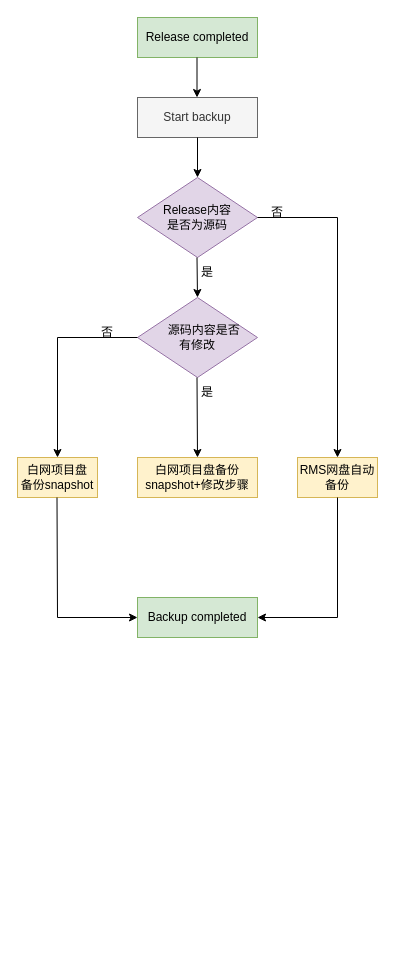
The draw.io diagram 未命名绘图.drawio in RuanZhen139/learngit, before the edit. Source tidied: cells renumbered, new cells numbered last; positions are measured from the earlier drawing's top-left corner, leaving out a move shared by most shapes. Both pictures are drawn from the tidied source at 100%, with x=0, y=0 at pixel (17, 17).
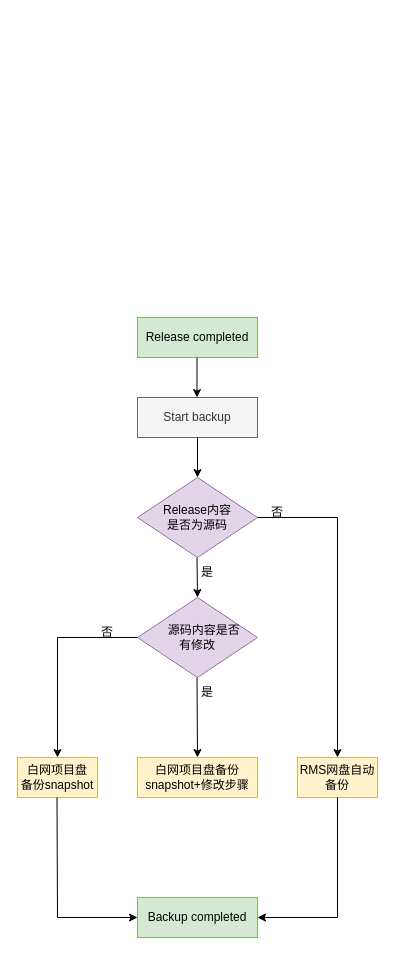
The same page after the edit.

Change to the diagram source:
```diff
@@
+    <mxCell id="22" style="group;" parent="1" vertex="1">
+      <mxGeometry y="300" width="360" height="620" as="geometry" />
+    </mxCell>
-    <mxCell id="2" value="Release completed" style="rounded=0;whiteSpace=wrap;html=1;fillColor=#d5e8d4;strokeColor=#82b366;" parent="1" vertex="1">
+    <mxCell id="2" value="Release completed" style="rounded=0;whiteSpace=wrap;html=1;fillColor=#d5e8d4;strokeColor=#82b366;" parent="22" vertex="1">
       <mxGeometry x="120" width="120" height="40" as="geometry" />
     </mxCell>
-    <mxCell id="3" style="endArrow=classic;html=1;rounded=0;" parent="1" edge="1">
+    <mxCell id="3" style="endArrow=classic;html=1;rounded=0;" parent="22" edge="1">
       <mxGeometry relative="1" as="geometry">
         <mxPoint x="179.5" y="40" as="sourcePoint" />
         <mxPoint x="179.5" y="80" as="targetPoint" />
       </mxGeometry>
     </mxCell>
-    <mxCell id="4" value="Start backup" style="rounded=0;whiteSpace=wrap;html=1;fillColor=#f5f5f5;fontColor=#333333;strokeColor=#666666;" parent="1" vertex="1">
+    <mxCell id="4" value="Start backup" style="rounded=0;whiteSpace=wrap;html=1;fillColor=#f5f5f5;fontColor=#333333;strokeColor=#666666;" parent="22" vertex="1">
       <mxGeometry x="120" y="80" width="120" height="40" as="geometry" />
     </mxCell>
-    <mxCell id="5" style="endArrow=classic;html=1;rounded=0;exitX=0.5;exitY=1;exitDx=0;exitDy=0;" parent="1" edge="1" source="4">
+    <mxCell id="5" style="endArrow=classic;html=1;rounded=0;exitX=0.5;exitY=1;exitDx=0;exitDy=0;" parent="22" edge="1" source="4">
       <mxGeometry relative="1" as="geometry">
         <mxPoint x="180" y="160" as="targetPoint" />
       </mxGeometry>
     </mxCell>
-    <mxCell id="6" value="Release内容&lt;div&gt;是否为源码&lt;/div&gt;" style="rhombus;whiteSpace=wrap;html=1;fillColor=#e1d5e7;strokeColor=#9673a6;" parent="1" vertex="1">
+    <mxCell id="6" value="Release内容&lt;div&gt;是否为源码&lt;/div&gt;" style="rhombus;whiteSpace=wrap;html=1;fillColor=#e1d5e7;strokeColor=#9673a6;" parent="22" vertex="1">
       <mxGeometry x="120" y="160" width="120" height="80" as="geometry" />
     </mxCell>
-    <mxCell id="7" style="endArrow=classic;html=1;rounded=0;exitX=0.5;exitY=1;exitDx=0;exitDy=0;" parent="1" edge="1">
+    <mxCell id="7" style="endArrow=classic;html=1;rounded=0;exitX=0.5;exitY=1;exitDx=0;exitDy=0;" parent="22" edge="1">
       <mxGeometry relative="1" as="geometry">
         <mxPoint x="179.5" y="240" as="sourcePoint" />
         <mxPoint x="180" y="280" as="targetPoint" />
       </mxGeometry>
     </mxCell>
-    <mxCell id="8" style="endArrow=classic;html=1;rounded=0;exitX=1;exitY=0.5;exitDx=0;exitDy=0;entryX=0.5;entryY=0;entryDx=0;entryDy=0;" parent="1" edge="1" source="6" target="11">
+    <mxCell id="8" style="endArrow=classic;html=1;rounded=0;exitX=1;exitY=0.5;exitDx=0;exitDy=0;entryX=0.5;entryY=0;entryDx=0;entryDy=0;" parent="22" edge="1" source="6" target="11">
       <mxGeometry relative="1" as="geometry">
         <Array as="points">
           <mxPoint x="320" y="200" />
         </Array>
       </mxGeometry>
     </mxCell>
-    <mxCell id="9" value="否" style="text;html=1;whiteSpace=wrap;strokeColor=none;fillColor=none;align=center;verticalAlign=middle;rounded=0;" parent="1" vertex="1">
+    <mxCell id="9" value="否" style="text;html=1;whiteSpace=wrap;strokeColor=none;fillColor=none;align=center;verticalAlign=middle;rounded=0;" parent="22" vertex="1">
       <mxGeometry x="230" y="180" width="60" height="30" as="geometry" />
     </mxCell>
-    <mxCell id="10" value="是" style="text;html=1;whiteSpace=wrap;strokeColor=none;fillColor=none;align=center;verticalAlign=middle;rounded=0;" parent="1" vertex="1">
+    <mxCell id="10" value="是" style="text;html=1;whiteSpace=wrap;strokeColor=none;fillColor=none;align=center;verticalAlign=middle;rounded=0;" parent="22" vertex="1">
       <mxGeometry x="160" y="240" width="60" height="30" as="geometry" />
     </mxCell>
-    <mxCell id="11" value="RMS网盘自动备份" style="rounded=0;whiteSpace=wrap;html=1;fillColor=#fff2cc;strokeColor=#d6b656;" parent="1" vertex="1">
+    <mxCell id="11" value="RMS网盘自动备份" style="rounded=0;whiteSpace=wrap;html=1;fillColor=#fff2cc;strokeColor=#d6b656;" parent="22" vertex="1">
       <mxGeometry x="280" y="440" width="80" height="40" as="geometry" />
     </mxCell>
-    <mxCell id="12" value="&amp;nbsp; &amp;nbsp; 源码内容是否&lt;div&gt;有修改&lt;/div&gt;" style="rhombus;whiteSpace=wrap;html=1;fillColor=#e1d5e7;strokeColor=#9673a6;" parent="1" vertex="1">
+    <mxCell id="12" value="&amp;nbsp; &amp;nbsp; 源码内容是否&lt;div&gt;有修改&lt;/div&gt;" style="rhombus;whiteSpace=wrap;html=1;fillColor=#e1d5e7;strokeColor=#9673a6;" parent="22" vertex="1">
       <mxGeometry x="120" y="280" width="120" height="80" as="geometry" />
     </mxCell>
-    <mxCell id="13" style="endArrow=classic;html=1;rounded=0;exitX=0.5;exitY=1;exitDx=0;exitDy=0;entryX=0.5;entryY=0;entryDx=0;entryDy=0;" parent="1" edge="1" target="18">
+    <mxCell id="13" style="endArrow=classic;html=1;rounded=0;exitX=0.5;exitY=1;exitDx=0;exitDy=0;entryX=0.5;entryY=0;entryDx=0;entryDy=0;" parent="22" edge="1" target="18">
       <mxGeometry relative="1" as="geometry">
         <mxPoint x="179.5" y="360" as="sourcePoint" />
       </mxGeometry>
     </mxCell>
-    <mxCell id="14" value="是" style="text;html=1;whiteSpace=wrap;strokeColor=none;fillColor=none;align=center;verticalAlign=middle;rounded=0;" parent="1" vertex="1">
+    <mxCell id="14" value="是" style="text;html=1;whiteSpace=wrap;strokeColor=none;fillColor=none;align=center;verticalAlign=middle;rounded=0;" parent="22" vertex="1">
       <mxGeometry x="160" y="360" width="60" height="30" as="geometry" />
     </mxCell>
-    <mxCell id="15" style="endArrow=classic;html=1;rounded=0;exitX=0;exitY=0.5;exitDx=0;exitDy=0;" parent="1" edge="1" source="12">
+    <mxCell id="15" style="endArrow=classic;html=1;rounded=0;exitX=0;exitY=0.5;exitDx=0;exitDy=0;" parent="22" edge="1" source="12">
       <mxGeometry relative="1" as="geometry">
         <mxPoint x="40" y="440" as="targetPoint" />
         <Array as="points">
           <mxPoint x="40" y="320" />
         </Array>
       </mxGeometry>
     </mxCell>
-    <mxCell id="16" value="否" style="text;html=1;whiteSpace=wrap;strokeColor=none;fillColor=none;align=center;verticalAlign=middle;rounded=0;" parent="1" vertex="1">
+    <mxCell id="16" value="否" style="text;html=1;whiteSpace=wrap;strokeColor=none;fillColor=none;align=center;verticalAlign=middle;rounded=0;" parent="22" vertex="1">
       <mxGeometry x="60" y="300" width="60" height="30" as="geometry" />
     </mxCell>
-    <mxCell id="17" value="白网项目盘&lt;div&gt;备份snapshot&lt;/div&gt;" style="rounded=0;whiteSpace=wrap;html=1;fillColor=#fff2cc;strokeColor=#d6b656;" parent="1" vertex="1">
+    <mxCell id="17" value="白网项目盘&lt;div&gt;备份snapshot&lt;/div&gt;" style="rounded=0;whiteSpace=wrap;html=1;fillColor=#fff2cc;strokeColor=#d6b656;" parent="22" vertex="1">
       <mxGeometry y="440" width="80" height="40" as="geometry" />
     </mxCell>
-    <mxCell id="18" value="白网项目盘&lt;span style=&quot;background-color: transparent; color: light-dark(rgb(0, 0, 0), rgb(255, 255, 255));&quot;&gt;备份snapshot+修改步骤&lt;/span&gt;" style="rounded=0;whiteSpace=wrap;html=1;fillColor=#fff2cc;strokeColor=#d6b656;" parent="1" vertex="1">
+    <mxCell id="18" value="白网项目盘&lt;span style=&quot;background-color: transparent; color: light-dark(rgb(0, 0, 0), rgb(255, 255, 255));&quot;&gt;备份snapshot+修改步骤&lt;/span&gt;" style="rounded=0;whiteSpace=wrap;html=1;fillColor=#fff2cc;strokeColor=#d6b656;" parent="22" vertex="1">
       <mxGeometry x="120" y="440" width="120" height="40" as="geometry" />
     </mxCell>
-    <mxCell id="19" style="endArrow=classic;html=1;rounded=0;" parent="1" edge="1">
+    <mxCell id="19" style="endArrow=classic;html=1;rounded=0;" parent="22" edge="1">
       <mxGeometry relative="1" as="geometry">
         <mxPoint x="39.5" y="480" as="sourcePoint" />
         <mxPoint x="120" y="600" as="targetPoint" />
         <Array as="points">
           <mxPoint x="40" y="600" />
         </Array>
       </mxGeometry>
     </mxCell>
-    <mxCell id="20" value="Backup completed" style="rounded=0;whiteSpace=wrap;html=1;fillColor=#d5e8d4;strokeColor=#82b366;" parent="1" vertex="1">
+    <mxCell id="20" value="Backup completed" style="rounded=0;whiteSpace=wrap;html=1;fillColor=#d5e8d4;strokeColor=#82b366;" parent="22" vertex="1">
       <mxGeometry x="120" y="580" width="120" height="40" as="geometry" />
     </mxCell>
-    <mxCell id="21" style="endArrow=classic;html=1;rounded=0;entryX=1;entryY=0.5;entryDx=0;entryDy=0;" parent="1" edge="1" target="20">
+    <mxCell id="21" style="endArrow=classic;html=1;rounded=0;entryX=1;entryY=0.5;entryDx=0;entryDy=0;" parent="22" edge="1" target="20">
       <mxGeometry relative="1" as="geometry">
         <mxPoint x="320" y="480" as="sourcePoint" />
         <Array as="points">
           <mxPoint x="320" y="600" />
         </Array>
       </mxGeometry>
     </mxCell>
```
